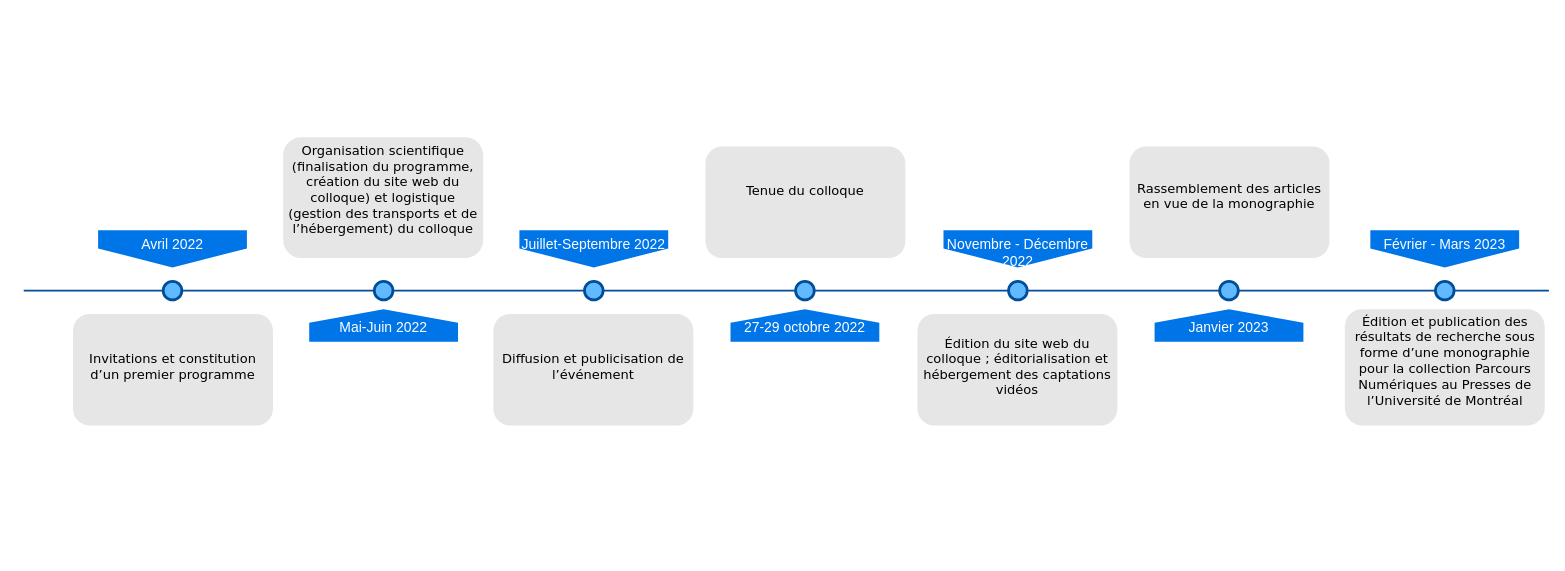
Above: AP_connexion_Diagram.drawio in RochDLY/drawAAP (draw.io), before the change. Source tidied: cells renumbered, new cells numbered last; positions are measured from the earlier drawing's top-left corner, leaving out a move shared by most shapes. Both pictures are drawn from the tidied source at 93%, with x=0, y=0 at pixel (23, 137).
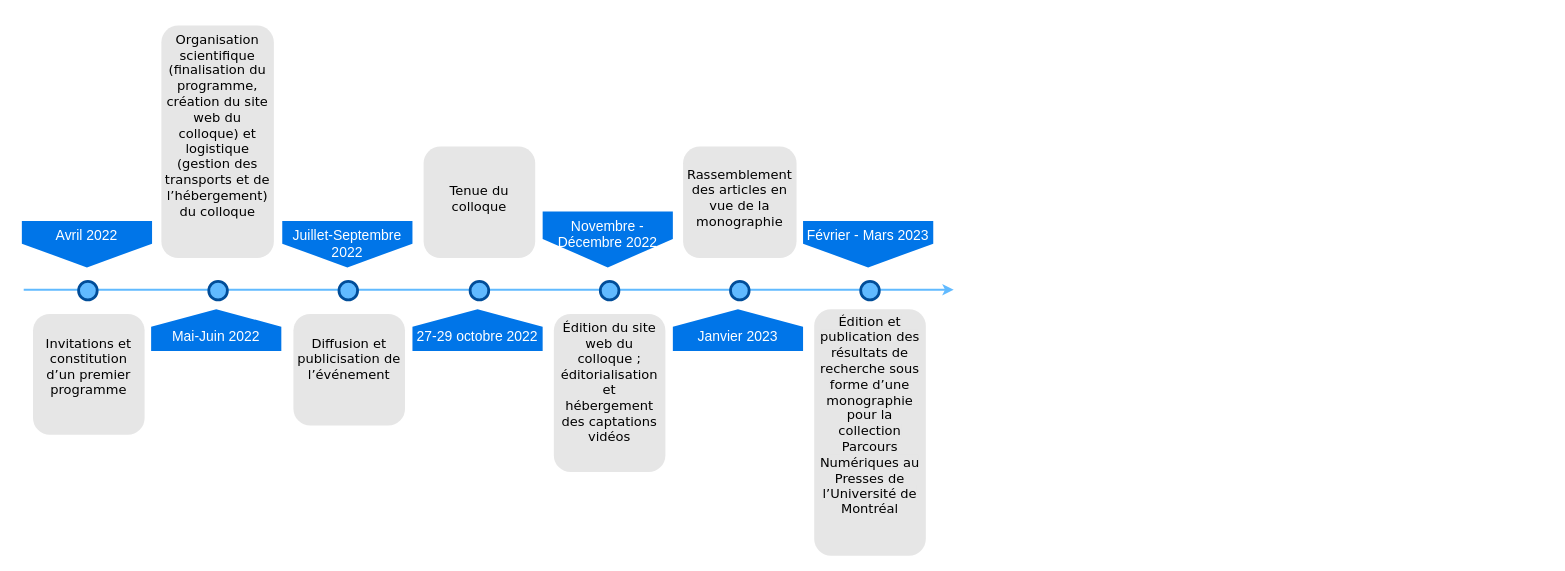
After the change.

Diff of the diagram source:
```diff
@@
-    <mxCell id="2" style="line;strokeWidth=2;html=1;fillColor=none;fontSize=28;fontColor=#004D99;strokeColor=#004D99;" parent="1" vertex="1">
-      <mxGeometry y="160" width="1640" height="10" as="geometry" />
-    </mxCell>
+    <mxCell id="24" style="endArrow=classic;html=1;rounded=0;fontFamily=Verdana;fontSize=14;fontColor=#000000;strokeColor=#61BAFF;strokeWidth=2;" parent="1" edge="1">
+      <mxGeometry relative="1" as="geometry">
+        <mxPoint y="164" as="sourcePoint" />
+        <mxPoint x="1000" y="164" as="targetPoint" />
+      </mxGeometry>
+    </mxCell>
     <mxCell id="3" value="Avril 2022" style="shape=offPageConnector;whiteSpace=wrap;html=1;fillColor=#0075E8;fontSize=15;fontColor=#FFFFFF;size=0.5093750000000015;verticalAlign=top;strokeColor=none;" parent="1" vertex="1">
-      <mxGeometry x="80" y="100" width="160" height="40" as="geometry" />
+      <mxGeometry x="-2" y="90" width="140" height="50" as="geometry" />
     </mxCell>
     <mxCell id="4" value="Juillet-Septembre 2022" style="shape=offPageConnector;whiteSpace=wrap;html=1;fillColor=#0075E8;fontSize=15;fontColor=#FFFFFF;size=0.5093750000000015;verticalAlign=top;strokeColor=none;" parent="1" vertex="1">
-      <mxGeometry x="533" y="100" width="160" height="40" as="geometry" />
+      <mxGeometry x="278" y="90" width="140" height="50" as="geometry" />
     </mxCell>
     <mxCell id="5" value="Mai-Juin 2022" style="shape=offPageConnector;whiteSpace=wrap;html=1;fillColor=#0075E8;fontSize=15;fontColor=#FFFFFF;size=0.4178571428571445;flipV=1;verticalAlign=bottom;strokeColor=none;spacingBottom=4;" parent="1" vertex="1">
-      <mxGeometry x="307" y="185" width="160" height="35" as="geometry" />
+      <mxGeometry x="137" y="185" width="140" height="45" as="geometry" />
     </mxCell>
     <mxCell id="6" value="27-29 octobre 2022" style="shape=offPageConnector;whiteSpace=wrap;html=1;fillColor=#0075E8;fontSize=15;fontColor=#FFFFFF;size=0.4178571428571445;flipV=1;verticalAlign=bottom;strokeColor=none;spacingBottom=4;" parent="1" vertex="1">
-      <mxGeometry x="760" y="185" width="160" height="35" as="geometry" />
+      <mxGeometry x="418" y="185" width="140" height="45" as="geometry" />
     </mxCell>
     <mxCell id="7" style="ellipse;whiteSpace=wrap;html=1;fillColor=#61BAFF;fontSize=28;fontColor=#004D99;strokeWidth=3;strokeColor=#004D99;" parent="1" vertex="1">
-      <mxGeometry x="150" y="155" width="20" height="20" as="geometry" />
+      <mxGeometry x="59" y="155" width="20" height="20" as="geometry" />
     </mxCell>
     <mxCell id="8" style="ellipse;whiteSpace=wrap;html=1;fillColor=#61BAFF;fontSize=28;fontColor=#004D99;strokeWidth=3;strokeColor=#004D99;" parent="1" vertex="1">
-      <mxGeometry x="377" y="155" width="20" height="20" as="geometry" />
+      <mxGeometry x="199" y="155" width="20" height="20" as="geometry" />
     </mxCell>
     <mxCell id="9" style="ellipse;whiteSpace=wrap;html=1;fillColor=#61BAFF;fontSize=28;fontColor=#004D99;strokeWidth=3;strokeColor=#004D99;" parent="1" vertex="1">
-      <mxGeometry x="603" y="155" width="20" height="20" as="geometry" />
+      <mxGeometry x="339" y="155" width="20" height="20" as="geometry" />
     </mxCell>
     <mxCell id="10" style="ellipse;whiteSpace=wrap;html=1;fillColor=#61BAFF;fontSize=28;fontColor=#004D99;strokeWidth=3;strokeColor=#004D99;" parent="1" vertex="1">
-      <mxGeometry x="830" y="155" width="20" height="20" as="geometry" />
+      <mxGeometry x="480" y="155" width="20" height="20" as="geometry" />
     </mxCell>
-    <mxCell id="11" value="&lt;div style=&quot;font-size: 14px&quot;&gt;&lt;font style=&quot;font-size: 14px&quot;&gt;&amp;nbsp;&lt;/font&gt;&lt;/div&gt;&lt;div style=&quot;font-size: 14px&quot;&gt;&lt;font style=&quot;font-size: 14px&quot;&gt;&lt;br&gt;&lt;/font&gt;&lt;/div&gt;&lt;div style=&quot;font-size: 14px&quot;&gt;&lt;font style=&quot;font-size: 14px&quot; face=&quot;Verdana&quot;&gt;&lt;br&gt;&lt;/font&gt;&lt;/div&gt;&lt;div style=&quot;font-size: 14px&quot;&gt;&lt;font style=&quot;font-size: 14px&quot; face=&quot;Verdana&quot;&gt;Invitations et constitution d’un premier programme&lt;/font&gt;&lt;/div&gt;" style="text;html=1;spacing=5;spacingTop=-20;whiteSpace=wrap;overflow=hidden;strokeColor=none;strokeWidth=3;fillColor=#E6E6E6;fontSize=13;fontColor=#000000;align=center;rounded=1;" parent="1" vertex="1">
-      <mxGeometry x="53" y="190" width="215" height="120" as="geometry" />
+    <mxCell id="11" value="&lt;div style=&quot;font-size: 14px&quot;&gt;&lt;font style=&quot;font-size: 14px&quot;&gt;&amp;nbsp;&lt;/font&gt;&lt;/div&gt;&lt;div style=&quot;font-size: 14px&quot;&gt;&lt;font style=&quot;font-size: 14px&quot; face=&quot;Verdana&quot;&gt;&lt;br&gt;&lt;/font&gt;&lt;/div&gt;&lt;div style=&quot;font-size: 14px&quot;&gt;&lt;font style=&quot;font-size: 14px&quot; face=&quot;Verdana&quot;&gt;Invitations et constitution d’un premier programme&lt;/font&gt;&lt;/div&gt;" style="text;html=1;spacing=5;spacingTop=-20;whiteSpace=wrap;overflow=hidden;strokeColor=none;strokeWidth=3;fillColor=#E6E6E6;fontSize=13;fontColor=#000000;align=center;rounded=1;" parent="1" vertex="1">
+      <mxGeometry x="10" y="190" width="120" height="130" as="geometry" />
     </mxCell>
     <mxCell id="12" value="&lt;div style=&quot;font-size: 14px&quot;&gt;&lt;font style=&quot;font-size: 14px&quot; face=&quot;Verdana&quot;&gt;&lt;br&gt;&lt;/font&gt;&lt;/div&gt;&lt;div style=&quot;font-size: 14px&quot;&gt;&lt;font style=&quot;font-size: 14px&quot; face=&quot;Verdana&quot;&gt;Organisation scientifique (finalisation du programme, création du site web du colloque) et logistique (gestion des transports et de l’hébergement) du colloque&lt;/font&gt;&lt;/div&gt;" style="text;html=1;spacing=5;spacingTop=-20;whiteSpace=wrap;overflow=hidden;strokeColor=none;strokeWidth=3;fillColor=#E6E6E6;fontSize=13;fontColor=#000000;align=center;rounded=1;" parent="1" vertex="1">
-      <mxGeometry x="279" width="215" height="130" as="geometry" />
+      <mxGeometry x="148" y="-120" width="121" height="250" as="geometry" />
     </mxCell>
-    <mxCell id="13" value="&lt;div style=&quot;font-size: 14px&quot;&gt;&lt;font style=&quot;font-size: 14px&quot; face=&quot;Verdana&quot;&gt;&lt;br&gt;&lt;/font&gt;&lt;/div&gt;&lt;div style=&quot;font-size: 14px&quot;&gt;&lt;font style=&quot;font-size: 14px&quot; face=&quot;Verdana&quot;&gt;&lt;br&gt;&lt;/font&gt;&lt;/div&gt;&lt;div style=&quot;font-size: 14px&quot;&gt;&lt;font style=&quot;font-size: 14px&quot; face=&quot;Verdana&quot;&gt;&lt;br&gt;&lt;/font&gt;&lt;/div&gt;&lt;div style=&quot;font-size: 14px&quot;&gt;&lt;font style=&quot;font-size: 14px&quot; face=&quot;Verdana&quot;&gt;Diffusion et publicisation de l’événement&lt;/font&gt;&lt;/div&gt;" style="text;html=1;spacing=5;spacingTop=-20;whiteSpace=wrap;overflow=hidden;strokeColor=none;strokeWidth=3;fillColor=#E6E6E6;fontSize=13;fontColor=#000000;align=center;rounded=1;" parent="1" vertex="1">
-      <mxGeometry x="505" y="190" width="215" height="120" as="geometry" />
+    <mxCell id="13" value="&lt;div style=&quot;font-size: 14px&quot;&gt;&lt;font style=&quot;font-size: 14px&quot; face=&quot;Verdana&quot;&gt;&lt;br&gt;&lt;/font&gt;&lt;/div&gt;&lt;div style=&quot;font-size: 14px&quot;&gt;&lt;font style=&quot;font-size: 14px&quot; face=&quot;Verdana&quot;&gt;&lt;br&gt;&lt;/font&gt;&lt;/div&gt;&lt;div style=&quot;font-size: 14px&quot;&gt;&lt;font style=&quot;font-size: 14px&quot; face=&quot;Verdana&quot;&gt;Diffusion et publicisation de l’événement&lt;/font&gt;&lt;/div&gt;" style="text;html=1;spacing=5;spacingTop=-20;whiteSpace=wrap;overflow=hidden;strokeColor=none;strokeWidth=3;fillColor=#E6E6E6;fontSize=13;fontColor=#000000;align=center;rounded=1;" parent="1" vertex="1">
+      <mxGeometry x="290" y="190" width="120" height="120" as="geometry" />
     </mxCell>
     <mxCell id="14" value="&lt;div style=&quot;font-size: 14px&quot;&gt;&lt;font style=&quot;font-size: 14px&quot; face=&quot;Verdana&quot;&gt;&lt;br&gt;&lt;/font&gt;&lt;/div&gt;&lt;div style=&quot;font-size: 14px&quot;&gt;&lt;font style=&quot;font-size: 14px&quot; face=&quot;Verdana&quot;&gt;&lt;br&gt;&lt;/font&gt;&lt;/div&gt;&lt;div style=&quot;font-size: 14px&quot;&gt;&lt;font style=&quot;font-size: 14px&quot; face=&quot;Verdana&quot;&gt;&lt;br&gt;&lt;/font&gt;&lt;/div&gt;&lt;div style=&quot;font-size: 14px&quot;&gt;&lt;font style=&quot;font-size: 14px&quot; face=&quot;Verdana&quot;&gt;Tenue du colloque&lt;/font&gt;&lt;/div&gt;" style="text;html=1;spacing=5;spacingTop=-20;whiteSpace=wrap;overflow=hidden;strokeColor=none;strokeWidth=3;fillColor=#E6E6E6;fontSize=13;fontColor=#000000;align=center;rounded=1;" parent="1" vertex="1">
-      <mxGeometry x="733" y="10" width="215" height="120" as="geometry" />
+      <mxGeometry x="430" y="10" width="120" height="120" as="geometry" />
     </mxCell>
     <mxCell id="15" value="Novembre - Décembre 2022" style="shape=offPageConnector;whiteSpace=wrap;html=1;fillColor=#0075E8;fontSize=15;fontColor=#FFFFFF;size=0.5093750000000015;verticalAlign=top;strokeColor=none;" parent="1" vertex="1">
-      <mxGeometry x="989" y="100" width="160" height="40" as="geometry" />
+      <mxGeometry x="558" y="80" width="140" height="60" as="geometry" />
     </mxCell>
     <mxCell id="16" value="Janvier 2023" style="shape=offPageConnector;whiteSpace=wrap;html=1;fillColor=#0075E8;fontSize=15;fontColor=#FFFFFF;size=0.4178571428571445;flipV=1;verticalAlign=bottom;strokeColor=none;spacingBottom=4;" parent="1" vertex="1">
-      <mxGeometry x="1216" y="185" width="160" height="35" as="geometry" />
+      <mxGeometry x="698" y="185" width="140" height="45" as="geometry" />
     </mxCell>
     <mxCell id="17" style="ellipse;whiteSpace=wrap;html=1;fillColor=#61BAFF;fontSize=28;fontColor=#004D99;strokeWidth=3;strokeColor=#004D99;" parent="1" vertex="1">
-      <mxGeometry x="1059" y="155" width="20" height="20" as="geometry" />
+      <mxGeometry x="620" y="155" width="20" height="20" as="geometry" />
     </mxCell>
     <mxCell id="18" style="ellipse;whiteSpace=wrap;html=1;fillColor=#61BAFF;fontSize=28;fontColor=#004D99;strokeWidth=3;strokeColor=#004D99;" parent="1" vertex="1">
-      <mxGeometry x="1286" y="155" width="20" height="20" as="geometry" />
+      <mxGeometry x="760" y="155" width="20" height="20" as="geometry" />
     </mxCell>
-    <mxCell id="19" value="&lt;div style=&quot;font-size: 14px&quot;&gt;&lt;font style=&quot;font-size: 14px&quot; face=&quot;Verdana&quot;&gt;&lt;br&gt;&lt;/font&gt;&lt;/div&gt;&lt;div style=&quot;font-size: 14px&quot;&gt;&lt;font style=&quot;font-size: 14px&quot; face=&quot;Verdana&quot;&gt;&lt;br&gt;&lt;/font&gt;&lt;/div&gt;&lt;div style=&quot;font-size: 14px&quot;&gt;&lt;font style=&quot;font-size: 14px&quot; face=&quot;Verdana&quot;&gt;Édition du site web du colloque ; éditorialisation et hébergement des captations vidéos&lt;/font&gt;&lt;/div&gt;" style="text;html=1;spacing=5;spacingTop=-20;whiteSpace=wrap;overflow=hidden;strokeColor=none;strokeWidth=3;fillColor=#E6E6E6;fontSize=13;fontColor=#000000;align=center;rounded=1;" parent="1" vertex="1">
-      <mxGeometry x="961" y="190" width="215" height="120" as="geometry" />
+    <mxCell id="19" value="&lt;div style=&quot;font-size: 14px&quot;&gt;&lt;font style=&quot;font-size: 14px&quot; face=&quot;Verdana&quot;&gt;&lt;br&gt;&lt;/font&gt;&lt;/div&gt;&lt;div style=&quot;font-size: 14px&quot;&gt;&lt;font style=&quot;font-size: 14px&quot; face=&quot;Verdana&quot;&gt;Édition du site web du colloque ; éditorialisation et hébergement des captations vidéos&lt;/font&gt;&lt;/div&gt;" style="text;html=1;spacing=5;spacingTop=-20;whiteSpace=wrap;overflow=hidden;strokeColor=none;strokeWidth=3;fillColor=#E6E6E6;fontSize=13;fontColor=#000000;align=center;rounded=1;" parent="1" vertex="1">
+      <mxGeometry x="570" y="190" width="120" height="170" as="geometry" />
     </mxCell>
-    <mxCell id="20" value="&lt;div&gt;&lt;font face=&quot;Verdana&quot;&gt;&lt;br&gt;&lt;/font&gt;&lt;/div&gt;&lt;div&gt;&lt;font face=&quot;Verdana&quot;&gt;&lt;br&gt;&lt;/font&gt;&lt;/div&gt;&lt;div&gt;&lt;font face=&quot;Verdana&quot;&gt;&lt;br&gt;&lt;/font&gt;&lt;/div&gt;&lt;div align=&quot;center&quot;&gt;&lt;font face=&quot;Verdana&quot;&gt;&lt;span style=&quot;background-color: transparent&quot;&gt;&lt;span style=&quot;font-size: 14px ; font-style: normal ; font-weight: 400 ; letter-spacing: normal ; text-indent: 0px ; text-transform: none ; word-spacing: 0px ; display: inline ; float: none&quot;&gt;Rassemblement des articles en vue de la monographie&lt;/span&gt;&lt;/span&gt;&lt;/font&gt;&lt;/div&gt;" style="text;html=1;spacing=5;spacingTop=-20;whiteSpace=wrap;overflow=hidden;strokeColor=none;strokeWidth=3;fillColor=#E6E6E6;fontSize=13;fontColor=#000000;align=center;rounded=1;" parent="1" vertex="1">
-      <mxGeometry x="1189" y="10" width="215" height="120" as="geometry" />
+    <mxCell id="20" value="&lt;div&gt;&lt;font face=&quot;Verdana&quot;&gt;&lt;br&gt;&lt;/font&gt;&lt;/div&gt;&lt;div align=&quot;center&quot;&gt;&lt;font face=&quot;Verdana&quot;&gt;&lt;span style=&quot;background-color: transparent&quot;&gt;&lt;span style=&quot;font-size: 14px ; font-style: normal ; font-weight: 400 ; letter-spacing: normal ; text-indent: 0px ; text-transform: none ; word-spacing: 0px ; display: inline ; float: none&quot;&gt;&lt;br&gt;&lt;/span&gt;&lt;/span&gt;&lt;/font&gt;&lt;/div&gt;&lt;div align=&quot;center&quot;&gt;&lt;font face=&quot;Verdana&quot;&gt;&lt;span style=&quot;background-color: transparent&quot;&gt;&lt;span style=&quot;font-size: 14px ; font-style: normal ; font-weight: 400 ; letter-spacing: normal ; text-indent: 0px ; text-transform: none ; word-spacing: 0px ; display: inline ; float: none&quot;&gt;Rassemblement des articles en vue de la monographie&lt;/span&gt;&lt;/span&gt;&lt;/font&gt;&lt;/div&gt;" style="text;html=1;spacing=5;spacingTop=-20;whiteSpace=wrap;overflow=hidden;strokeColor=none;strokeWidth=3;fillColor=#E6E6E6;fontSize=13;fontColor=#000000;align=center;rounded=1;" parent="1" vertex="1">
+      <mxGeometry x="709" y="10" width="122" height="120" as="geometry" />
     </mxCell>
     <mxCell id="21" value="Février - Mars 2023" style="shape=offPageConnector;whiteSpace=wrap;html=1;fillColor=#0075E8;fontSize=15;fontColor=#FFFFFF;size=0.5093750000000015;verticalAlign=top;strokeColor=none;" parent="1" vertex="1">
-      <mxGeometry x="1448" y="100" width="160" height="40" as="geometry" />
+      <mxGeometry x="838" y="90" width="140" height="50" as="geometry" />
     </mxCell>
     <mxCell id="22" style="ellipse;whiteSpace=wrap;html=1;fillColor=#61BAFF;fontSize=28;fontColor=#004D99;strokeWidth=3;strokeColor=#004D99;" parent="1" vertex="1">
-      <mxGeometry x="1518" y="155" width="20" height="20" as="geometry" />
+      <mxGeometry x="900" y="155" width="20" height="20" as="geometry" />
     </mxCell>
     <mxCell id="23" value="&lt;font face=&quot;Verdana&quot;&gt;&lt;br&gt;&lt;/font&gt;&lt;div&gt;&lt;font face=&quot;Verdana&quot;&gt;&lt;span style=&quot;font-size: 14px ; font-style: normal ; font-weight: 400 ; letter-spacing: normal ; text-align: left ; text-indent: 0px ; text-transform: none ; word-spacing: 0px ; background-color: rgba(221 , 223 , 228 , 0.07) ; display: inline ; float: none&quot;&gt;Édition et publication des résultats de recherche sous forme d’une monographie pour la collection Parcours Numériques au Presses de l’Université de Montréal&lt;/span&gt;&lt;/font&gt;&lt;/div&gt;" style="text;html=1;spacing=5;spacingTop=-20;whiteSpace=wrap;overflow=hidden;strokeColor=none;strokeWidth=3;fillColor=#E6E6E6;fontSize=13;fontColor=#000000;align=center;rounded=1;" parent="1" vertex="1">
-      <mxGeometry x="1420.5" y="185" width="215" height="125" as="geometry" />
+      <mxGeometry x="850" y="185" width="120" height="265" as="geometry" />
     </mxCell>
```
